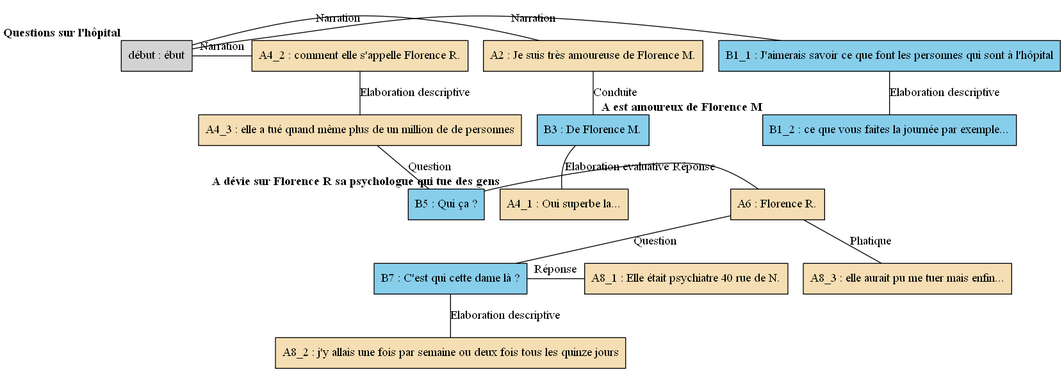
AlaixComet/AnnotationSlamPTut keeps this Graphviz diagram as arbres/Florence/Florence_-_E15.gv.png. Above is the earlier version. Its source is kept beside it as arbres/Florence/Florence_-_E15.gv. The source it was exported from:
```dot
digraph E15 {
	node [shape=box style=filled]
	"début" [label="début : ébut" xlabel=<<B>Questions sur l'hôpital
</B>>]
	B1_1 [label="B1_1 : J'aimerais savoir ce que font les personnes qui sont à l'hôpital" fillcolor=skyblue xlabel=""]
	B1_2 [label="B1_2 : ce que vous faites la journée par exemple..." fillcolor=skyblue xlabel=<<B>A est amoureux de Florence M
</B>>]
	A2 [label="A2 : Je suis très amoureuse de Florence M." fillcolor=wheat xlabel=""]
	B3 [label="B3 : De Florence M." fillcolor=skyblue xlabel=""]
	A4_1 [label="A4_1 : Oui superbe la..." fillcolor=wheat xlabel=<<B>A dévie sur Florence R sa psychologue qui tue des gens
</B>>]
	A4_2 [label="A4_2 : comment elle s'appelle Florence R." fillcolor=wheat xlabel=""]
	A4_3 [label="A4_3 : elle a tué quand même plus de un million de de personnes" fillcolor=wheat xlabel=""]
	B5 [label="B5 : Qui ça ?" fillcolor=skyblue xlabel=""]
	A6 [label="A6 : Florence R." fillcolor=wheat xlabel=""]
	B7 [label="B7 : C'est qui cette dame là ?" fillcolor=skyblue xlabel=""]
	A8_1 [label="A8_1 : Elle était psychiatre 40 rue de N." fillcolor=wheat xlabel=""]
	A8_2 [label="A8_2 : j'y allais une fois par semaine ou deux fois tous les quinze jours" fillcolor=wheat xlabel=""]
	A8_3 [label="A8_3 : elle aurait pu me tuer mais enfin..." fillcolor=wheat xlabel=""]
	{
		rank=same
		"début"
		B1_1
		"début" -> B1_1 [label=Narration dir=none]
	}
	{
		rank=same
		"début"
		A2
		"début" -> A2 [label=Narration dir=none]
	}
	B1_1 -> B1_2 [label="Elaboration descriptive" dir=none]
	A2 -> B3 [label=Conduite dir=none]
	B3 -> A4_1 [label="Elaboration evaluative" dir=none]
	A4_3 -> B5 [label=Question dir=none]
	{
		rank=same
		B5
		A6
		B5 -> A6 [label="Réponse" dir=none]
	}
	A6 -> B7 [label=Question dir=none]
	{
		rank=same
		B7
		A8_1
		B7 -> A8_1 [label="Réponse" dir=none]
	}
	A6 -> A8_3 [label=Phatique dir=none]
	B7 -> A8_2 [label="Elaboration descriptive" dir=none]
	{
		rank=same
		"début"
		A4_2
		"début" -> A4_2 [label=Narration dir=none]
	}
	A4_2 -> A4_3 [label="Elaboration descriptive" dir=none]
}
```
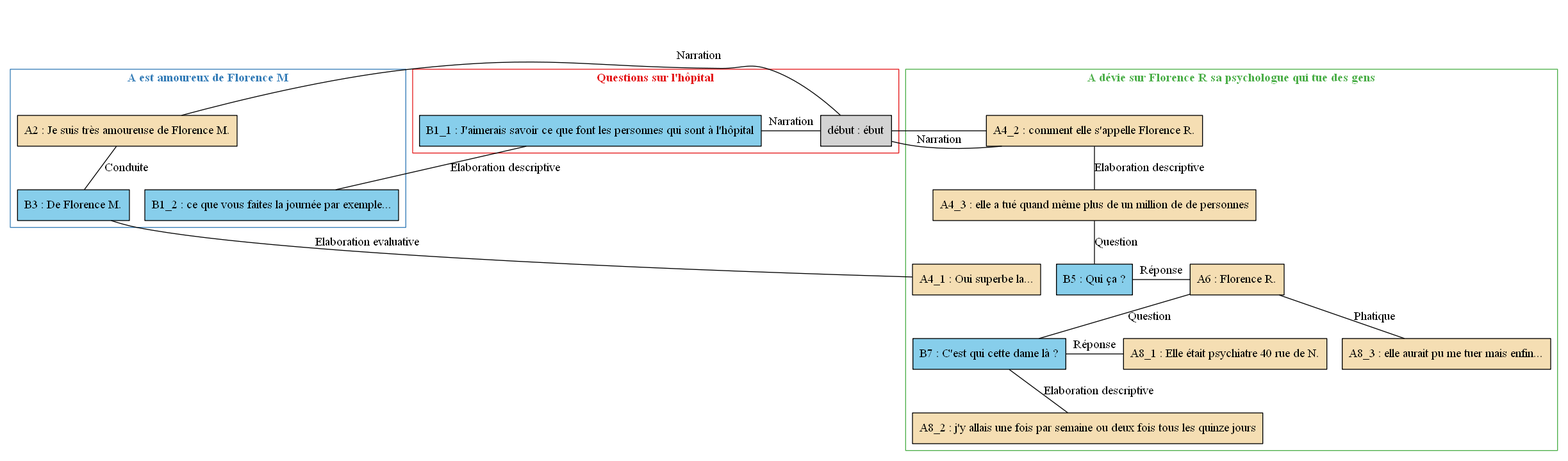
Later version of the same file.

The edit, as a diff of the source:
```diff
@@ -1,58 +1,73 @@
 digraph E15 {
 	node [shape=box style=filled]
-	"début" [label="début : ébut" xlabel=<<B>Questions sur l'hôpital
-</B>>]
-	B1_1 [label="B1_1 : J'aimerais savoir ce que font les personnes qui sont à l'hôpital" fillcolor=skyblue xlabel=""]
-	B1_2 [label="B1_2 : ce que vous faites la journée par exemple..." fillcolor=skyblue xlabel=<<B>A est amoureux de Florence M
-</B>>]
-	A2 [label="A2 : Je suis très amoureuse de Florence M." fillcolor=wheat xlabel=""]
-	B3 [label="B3 : De Florence M." fillcolor=skyblue xlabel=""]
-	A4_1 [label="A4_1 : Oui superbe la..." fillcolor=wheat xlabel=<<B>A dévie sur Florence R sa psychologue qui tue des gens
-</B>>]
-	A4_2 [label="A4_2 : comment elle s'appelle Florence R." fillcolor=wheat xlabel=""]
-	A4_3 [label="A4_3 : elle a tué quand même plus de un million de de personnes" fillcolor=wheat xlabel=""]
-	B5 [label="B5 : Qui ça ?" fillcolor=skyblue xlabel=""]
-	A6 [label="A6 : Florence R." fillcolor=wheat xlabel=""]
-	B7 [label="B7 : C'est qui cette dame là ?" fillcolor=skyblue xlabel=""]
-	A8_1 [label="A8_1 : Elle était psychiatre 40 rue de N." fillcolor=wheat xlabel=""]
-	A8_2 [label="A8_2 : j'y allais une fois par semaine ou deux fois tous les quinze jours" fillcolor=wheat xlabel=""]
-	A8_3 [label="A8_3 : elle aurait pu me tuer mais enfin..." fillcolor=wheat xlabel=""]
-	{
-		rank=same
+	newrank=true
+	zero [style=invis]
+	"début" [label="début : ébut"]
+	B1_1 [label="B1_1 : J'aimerais savoir ce que font les personnes qui sont à l'hôpital" fillcolor=skyblue]
+	B1_2 [label="B1_2 : ce que vous faites la journée par exemple..." fillcolor=skyblue]
+	A2 [label="A2 : Je suis très amoureuse de Florence M." fillcolor=wheat]
+	B3 [label="B3 : De Florence M." fillcolor=skyblue]
+	A4_1 [label="A4_1 : Oui superbe la..." fillcolor=wheat]
+	A4_2 [label="A4_2 : comment elle s'appelle Florence R." fillcolor=wheat]
+	A4_3 [label="A4_3 : elle a tué quand même plus de un million de de personnes" fillcolor=wheat]
+	B5 [label="B5 : Qui ça ?" fillcolor=skyblue]
+	A6 [label="A6 : Florence R." fillcolor=wheat]
+	B7 [label="B7 : C'est qui cette dame là ?" fillcolor=skyblue]
+	A8_1 [label="A8_1 : Elle était psychiatre 40 rue de N." fillcolor=wheat]
+	A8_2 [label="A8_2 : j'y allais une fois par semaine ou deux fois tous les quinze jours" fillcolor=wheat]
+	A8_3 [label="A8_3 : elle aurait pu me tuer mais enfin..." fillcolor=wheat]
+	zero -> "début" [label="" style=invis]
+	zero -> B1_1 [style=invis weight=1]
+	"début" -> B1_1 [label=Narration constraint=false dir=none]
+	zero -> A2 [style=invis weight=1]
+	"début" -> A2 [label=Narration constraint=false dir=none]
+	B1_1 -> B1_2 [label="Elaboration descriptive" dir=none weight=2]
+	A2 -> B3 [label=Conduite dir=none weight=2]
+	B3 -> A4_1 [label="Elaboration evaluative" dir=none weight=2]
+	A4_3 -> B5 [label=Question dir=none weight=2]
+	A4_3 -> A6 [style=invis weight=1]
+	B5 -> A6 [label="Réponse" constraint=false dir=none]
+	A6 -> B7 [label=Question dir=none weight=2]
+	A6 -> A8_1 [style=invis weight=1]
+	B7 -> A8_1 [label="Réponse" constraint=false dir=none]
+	A6 -> A8_3 [label=Phatique dir=none weight=2]
+	B7 -> A8_2 [label="Elaboration descriptive" dir=none weight=2]
+	zero -> A4_2 [style=invis weight=1]
+	"début" -> A4_2 [label=Narration constraint=false dir=none]
+	A4_2 -> A4_3 [label="Elaboration descriptive" dir=none weight=2]
+	subgraph cluster_1 {
+		label=<<B>Questions sur l'hôpital
+</B>>
+		colorscheme=set19
+		color=1
+		fontcolor=1
 		"début"
 		B1_1
-		"début" -> B1_1 [label=Narration dir=none]
 	}
-	{
-		rank=same
-		"début"
+	subgraph cluster_2 {
+		label=<<B>A est amoureux de Florence M
+</B>>
+		colorscheme=set19
+		color=2
+		fontcolor=2
+		B1_2
 		A2
-		"début" -> A2 [label=Narration dir=none]
+		B3
 	}
-	B1_1 -> B1_2 [label="Elaboration descriptive" dir=none]
-	A2 -> B3 [label=Conduite dir=none]
-	B3 -> A4_1 [label="Elaboration evaluative" dir=none]
-	A4_3 -> B5 [label=Question dir=none]
-	{
-		rank=same
+	subgraph cluster_3 {
+		label=<<B>A dévie sur Florence R sa psychologue qui tue des gens
+</B>>
+		colorscheme=set19
+		color=3
+		fontcolor=3
+		A4_1
+		A4_2
+		A4_3
 		B5
 		A6
-		B5 -> A6 [label="Réponse" dir=none]
-	}
-	A6 -> B7 [label=Question dir=none]
-	{
-		rank=same
 		B7
 		A8_1
-		B7 -> A8_1 [label="Réponse" dir=none]
+		A8_2
+		A8_3
 	}
-	A6 -> A8_3 [label=Phatique dir=none]
-	B7 -> A8_2 [label="Elaboration descriptive" dir=none]
-	{
-		rank=same
-		"début"
-		A4_2
-		"début" -> A4_2 [label=Narration dir=none]
-	}
-	A4_2 -> A4_3 [label="Elaboration descriptive" dir=none]
 }
```
